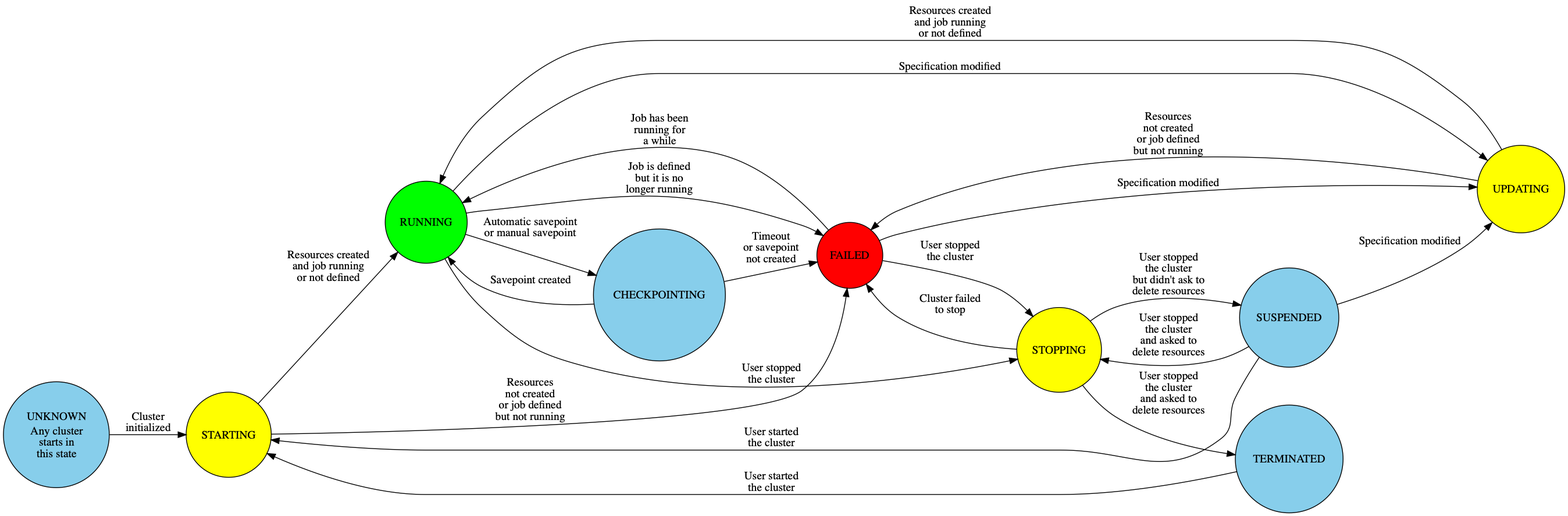
Before: graphs/flink-cluster.png, a diagram exported from Graphviz (nextbreakpoint/flink-k8s-toolbox). Its source is kept beside it as graphs/flink-cluster.dot. Source of this version:
```dot
digraph state_machine {
  graph [autosize=false, resolution=100];
  center=true;
  margin=0;
  rankdir=LR;
  node [shape=circle, style="filled", fillcolor=skyblue];
  UNKNOWN [ label = <
      <TABLE ALIGN="LEFT" BORDER="0" CELLBORDER="0" CELLSPACING="0">
          <TR>
              <TD>UNKNOWN</TD>
          </TR>
          <TR>
              <TD>Any cluster<BR/>starts in<BR/>this state</TD>
          </TR>
      </TABLE>
  > ];
  UNKNOWN -> STARTING [ label = <
      <TABLE ALIGN="LEFT" BORDER="0" CELLBORDER="0" CELLSPACING="0">
          <TR>
              <TD>Cluster<BR/>initialized</TD>
          </TR>
      </TABLE>
  > ];
  STARTING -> RUNNING [ label = <
      <TABLE ALIGN="LEFT" BORDER="0" CELLBORDER="0" CELLSPACING="0">
          <TR>
              <TD>Resources created<BR/>and job running<BR/>or not defined</TD>
          </TR>
      </TABLE>
  > ];
  STARTING -> FAILED [ label = <
      <TABLE ALIGN="LEFT" BORDER="0" CELLBORDER="0" CELLSPACING="0">
          <TR>
              <TD>Resources<BR/>not created<BR/>or job defined<BR/>but not running</TD>
          </TR>
      </TABLE>
  > ];
  RUNNING -> CHECKPOINTING [ label = <
      <TABLE ALIGN="LEFT" BORDER="0" CELLBORDER="0" CELLSPACING="0">
          <TR>
              <TD>Automatic savepoint<BR/>or manual savepoint</TD>
          </TR>
      </TABLE>
  > ];
  RUNNING -> UPDATING [ label = <
      <TABLE ALIGN="LEFT" BORDER="0" CELLBORDER="0" CELLSPACING="0">
          <TR>
              <TD>Specification modified</TD>
          </TR>
      </TABLE>
  > ];
  RUNNING -> FAILED [ label = <
      <TABLE ALIGN="LEFT" BORDER="0" CELLBORDER="0" CELLSPACING="0">
          <TR>
              <TD>Job is defined<BR/>but it is no<BR/>longer running</TD>
          </TR>
      </TABLE>
  > ];
  RUNNING -> STOPPING [ label = <
      <TABLE ALIGN="LEFT" BORDER="0" CELLBORDER="0" CELLSPACING="0">
          <TR>
              <TD>User stopped<BR/>the cluster</TD>
          </TR>
      </TABLE>
  > ];
  UPDATING -> FAILED [ label = <
      <TABLE ALIGN="LEFT" BORDER="0" CELLBORDER="0" CELLSPACING="0">
          <TR>
              <TD>Resources<BR/>not created<BR/>or job defined<BR/>but not running</TD>
          </TR>
      </TABLE>
  > ];
  UPDATING -> RUNNING [ label = <
      <TABLE ALIGN="LEFT" BORDER="0" CELLBORDER="0" CELLSPACING="0">
          <TR>
              <TD>Resources created<BR/>and job running<BR/>or not defined</TD>
          </TR>
      </TABLE>
  > ];
  STOPPING -> SUSPENDED [ label = <
      <TABLE ALIGN="LEFT" BORDER="0" CELLBORDER="0" CELLSPACING="0">
          <TR>
              <TD>User stopped<BR/>the cluster<BR/>but didn't ask to<BR/>delete resources</TD>
          </TR>
      </TABLE>
  > ];
  STOPPING -> TERMINATED [ label = <
      <TABLE ALIGN="LEFT" BORDER="0" CELLBORDER="0" CELLSPACING="0">
          <TR>
              <TD>User stopped<BR/>the cluster<BR/>and asked to<BR/>delete resources</TD>
          </TR>
      </TABLE>
  > ];
  STOPPING -> FAILED [ label = <
      <TABLE ALIGN="LEFT" BORDER="0" CELLBORDER="0" CELLSPACING="0">
          <TR>
              <TD>Cluster failed<BR/>to stop</TD>
          </TR>
      </TABLE>
  > ];
  CHECKPOINTING -> RUNNING [ label = <
      <TABLE ALIGN="LEFT" BORDER="0" CELLBORDER="0" CELLSPACING="0">
          <TR>
              <TD>Savepoint created</TD>
          </TR>
      </TABLE>
  > ];
  CHECKPOINTING -> FAILED [ label = <
      <TABLE ALIGN="LEFT" BORDER="0" CELLBORDER="0" CELLSPACING="0">
          <TR>
              <TD>Timeout<BR/>or savepoint<BR/>not created</TD>
          </TR>
      </TABLE>
  > ];
  SUSPENDED -> STARTING [ label = <
      <TABLE ALIGN="LEFT" BORDER="0" CELLBORDER="0" CELLSPACING="0">
          <TR>
              <TD>User started<BR/>the cluster</TD>
          </TR>
      </TABLE>
  > ];
  SUSPENDED -> STOPPING [ label = <
      <TABLE ALIGN="LEFT" BORDER="0" CELLBORDER="0" CELLSPACING="0">
          <TR>
              <TD>User stopped<BR/>the cluster<BR/>and asked to<BR/>delete resources</TD>
          </TR>
      </TABLE>
  > ];
  SUSPENDED -> UPDATING [ label = <
      <TABLE ALIGN="LEFT" BORDER="0" CELLBORDER="0" CELLSPACING="0">
          <TR>
              <TD>Specification modified</TD>
          </TR>
      </TABLE>
  > ];
  TERMINATED -> STARTING [ label = <
      <TABLE ALIGN="LEFT" BORDER="0" CELLBORDER="0" CELLSPACING="0">
          <TR>
              <TD>User started<BR/>the cluster</TD>
          </TR>
      </TABLE>
  > ];
  FAILED -> STOPPING [ label = <
      <TABLE ALIGN="LEFT" BORDER="0" CELLBORDER="0" CELLSPACING="0">
          <TR>
              <TD>User stopped<BR/>the cluster</TD>
          </TR>
      </TABLE>
  > ];
  FAILED -> RUNNING [ label = <
      <TABLE ALIGN="LEFT" BORDER="0" CELLBORDER="0" CELLSPACING="0">
          <TR>
              <TD>Job has been<BR/>running for<BR/>a while</TD>
          </TR>
      </TABLE>
  > ];
  FAILED -> UPDATING [ label = <
      <TABLE ALIGN="LEFT" BORDER="0" CELLBORDER="0" CELLSPACING="0">
          <TR>
              <TD>Specification modified</TD>
          </TR>
      </TABLE>
  > ];
  STOPPING [ fillcolor=yellow ];
  STARTING [ fillcolor=yellow ];
  UPDATING [ fillcolor=yellow ];
  RUNNING [ fillcolor=green ];
  FAILED [ fillcolor=red ];
  CHECKPOINTING [ fillcolor=skyblue ];
}
```
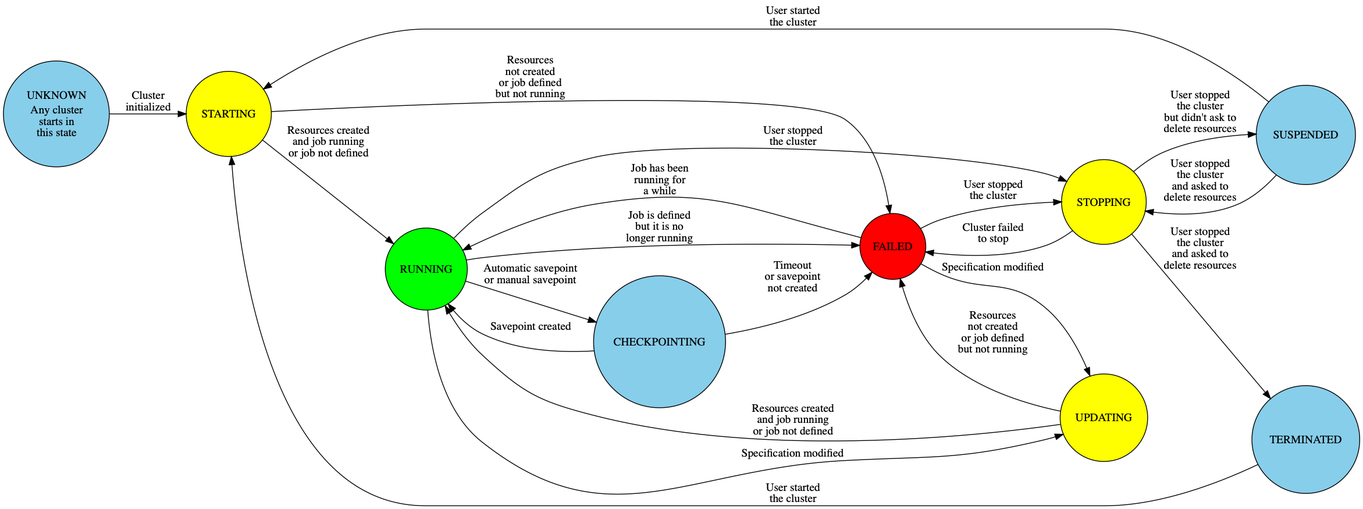
Above is the later version.

Change to the diagram source:
```diff
@@ -24,7 +24,7 @@
   STARTING -> RUNNING [ label = <
       <TABLE ALIGN="LEFT" BORDER="0" CELLBORDER="0" CELLSPACING="0">
           <TR>
-              <TD>Resources created<BR/>and job running<BR/>or not defined</TD>
+              <TD>Resources created<BR/>and job running<BR/>or job not defined</TD>
           </TR>
       </TABLE>
   > ];
@@ -73,7 +73,7 @@
   UPDATING -> RUNNING [ label = <
       <TABLE ALIGN="LEFT" BORDER="0" CELLBORDER="0" CELLSPACING="0">
           <TR>
-              <TD>Resources created<BR/>and job running<BR/>or not defined</TD>
+              <TD>Resources created<BR/>and job running<BR/>or job not defined</TD>
           </TR>
       </TABLE>
   > ];
@@ -126,13 +126,6 @@
           </TR>
       </TABLE>
   > ];
-  SUSPENDED -> UPDATING [ label = <
-      <TABLE ALIGN="LEFT" BORDER="0" CELLBORDER="0" CELLSPACING="0">
-          <TR>
-              <TD>Specification modified</TD>
-          </TR>
-      </TABLE>
-  > ];
   TERMINATED -> STARTING [ label = <
       <TABLE ALIGN="LEFT" BORDER="0" CELLBORDER="0" CELLSPACING="0">
           <TR>
```
